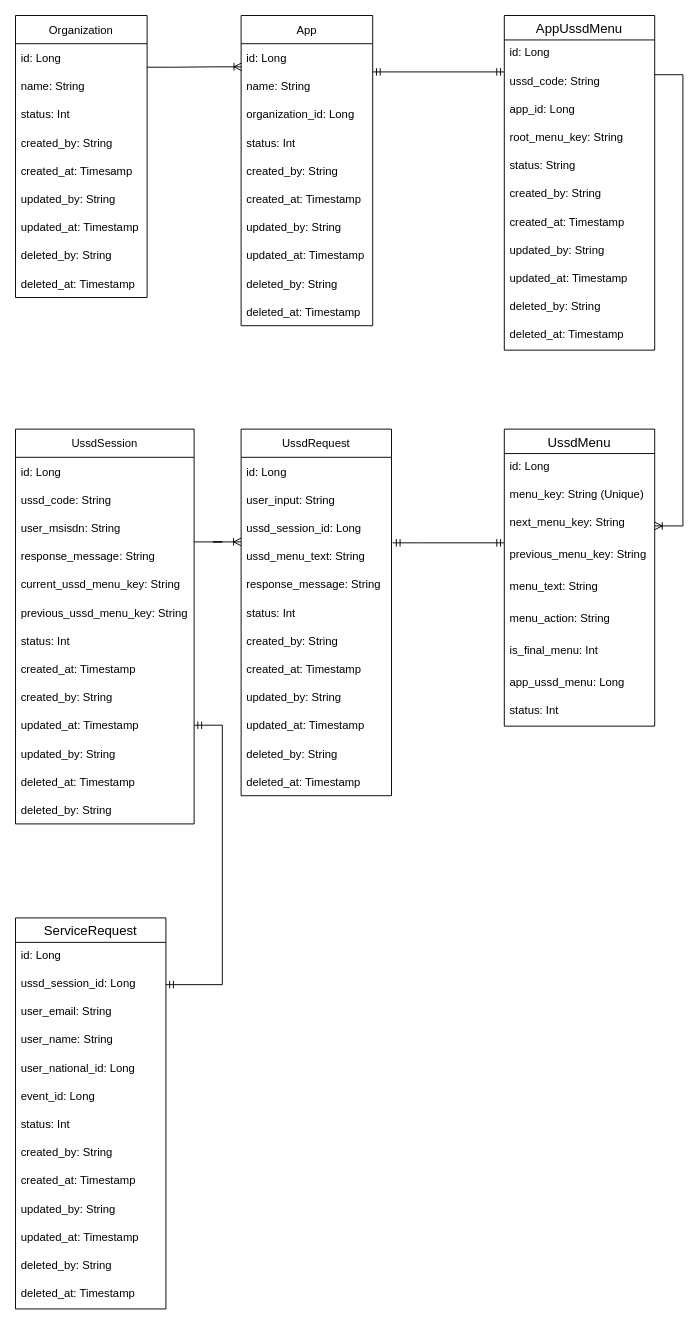
This is page "ERD" (1 of 2) of USSD ERD.drawio from GitauSam/kappa, a draw.io file, before an edit. Source tidied: cells renumbered, new cells numbered last; positions are measured from the earlier drawing's top-left corner, leaving out a move shared by most shapes. Both pictures are drawn from the tidied source at 94%, with x=0, y=0 at pixel (15, 15).
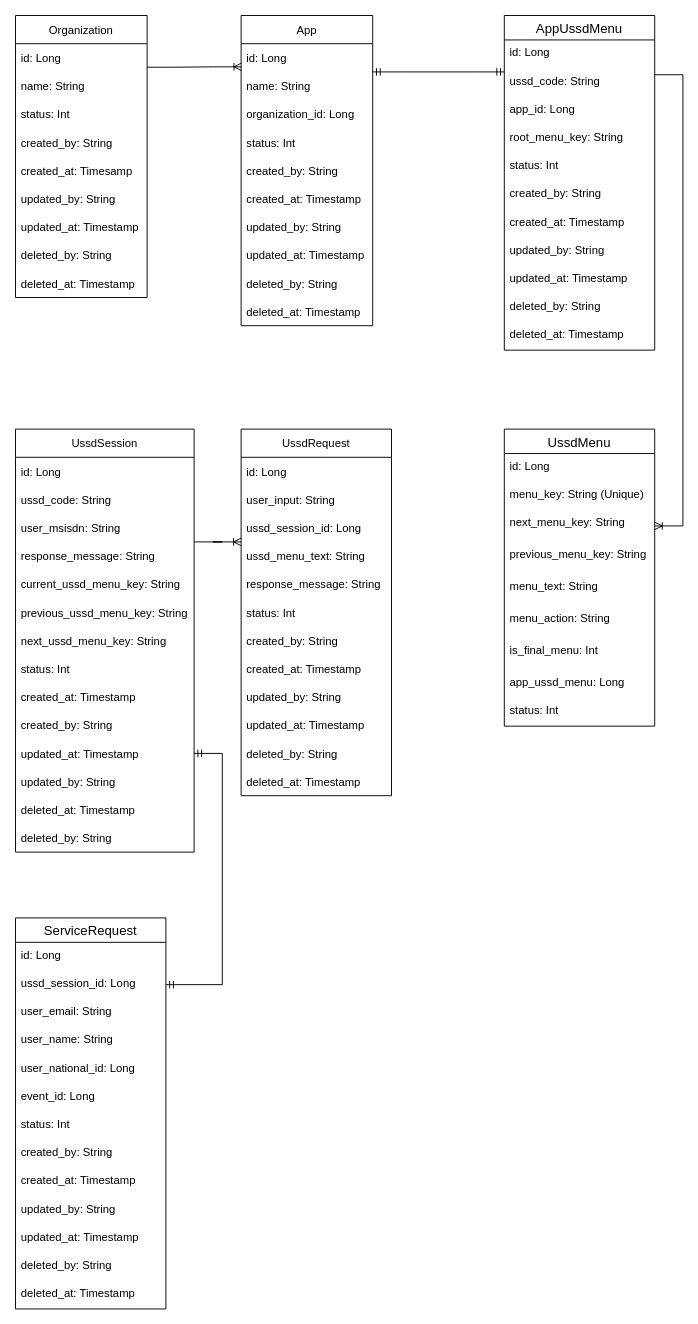
The same page after the edit.

Unchanged cells that the change refers to:
```xml
<mxCell id="28" value="previous_menu_key: String" style="text;strokeColor=none;fillColor=none;spacingLeft=4;spacingRight=4;overflow=hidden;points=[[0,0.5],[1,0.5]];portConstraint=eastwest;fontSize=12;" parent="24" vertex="1">
  <mxGeometry y="120" width="160" height="34" as="geometry" />
</mxCell>
<mxCell id="34" value="AppUssdMenu" style="swimlane;fontStyle=0;horizontal=1;startSize=26;align=center;fontSize=14;" parent="1" vertex="1">
  <mxGeometry x="520" width="160" height="356" as="geometry" />
</mxCell>
<mxCell id="66" value="ussd_menu_text: String" style="text;strokeColor=none;fillColor=none;align=left;verticalAlign=middle;spacingLeft=4;spacingRight=4;overflow=hidden;points=[[0,0.5],[1,0.5]];portConstraint=eastwest;" parent="62" vertex="1">
  <mxGeometry y="120" width="160" height="30" as="geometry" />
</mxCell>
```

Diff of the diagram source:
```diff
@@
-    <mxCell id="39" value="status: String" style="text;strokeColor=none;fillColor=none;spacingLeft=4;spacingRight=4;overflow=hidden;fontSize=12;" parent="34" vertex="1">
+    <mxCell id="39" value="status: Int" style="text;strokeColor=none;fillColor=none;spacingLeft=4;spacingRight=4;overflow=hidden;fontSize=12;" parent="34" vertex="1">
       <mxGeometry y="146" width="160" height="30" as="geometry" />
     </mxCell>
@@
     <mxCell id="48" value="UssdSession" style="swimlane;fontStyle=0;horizontal=1;startSize=30;" parent="1" vertex="1">
-      <mxGeometry y="440" width="190" height="420" as="geometry" />
+      <mxGeometry y="440" width="190" height="450" as="geometry" />
     </mxCell>
@@
+    <mxCell id="92" value="next_ussd_menu_key: String" style="text;strokeColor=none;fillColor=none;align=left;verticalAlign=middle;spacingLeft=4;spacingRight=4;overflow=hidden;" parent="48" vertex="1">
+      <mxGeometry y="210" width="190" height="30" as="geometry" />
+    </mxCell>
     <mxCell id="55" value="status: Int" style="text;strokeColor=none;fillColor=none;align=left;verticalAlign=middle;spacingLeft=4;spacingRight=4;overflow=hidden;" parent="48" vertex="1">
-      <mxGeometry y="210" width="190" height="30" as="geometry" />
+      <mxGeometry y="240" width="190" height="30" as="geometry" />
     </mxCell>
     <mxCell id="56" value="created_at: Timestamp" style="text;strokeColor=none;fillColor=none;align=left;verticalAlign=middle;spacingLeft=4;spacingRight=4;overflow=hidden;" parent="48" vertex="1">
-      <mxGeometry y="240" width="190" height="30" as="geometry" />
+      <mxGeometry y="270" width="190" height="30" as="geometry" />
     </mxCell>
     <mxCell id="57" value="created_by: String" style="text;strokeColor=none;fillColor=none;align=left;verticalAlign=middle;spacingLeft=4;spacingRight=4;overflow=hidden;" parent="48" vertex="1">
-      <mxGeometry y="270" width="190" height="30" as="geometry" />
+      <mxGeometry y="300" width="190" height="30" as="geometry" />
     </mxCell>
     <mxCell id="58" value="updated_at: Timestamp" style="text;strokeColor=none;fillColor=none;align=left;verticalAlign=middle;spacingLeft=4;spacingRight=4;overflow=hidden;points=[[0,0.5],[1,0.5]];portConstraint=eastwest;" parent="48" vertex="1">
-      <mxGeometry y="300" width="190" height="30" as="geometry" />
+      <mxGeometry y="330" width="190" height="30" as="geometry" />
     </mxCell>
     <mxCell id="59" value="updated_by: String" style="text;strokeColor=none;fillColor=none;align=left;verticalAlign=middle;spacingLeft=4;spacingRight=4;overflow=hidden;" parent="48" vertex="1">
-      <mxGeometry y="330" width="190" height="30" as="geometry" />
+      <mxGeometry y="360" width="190" height="30" as="geometry" />
     </mxCell>
     <mxCell id="60" value="deleted_at: Timestamp" style="text;strokeColor=none;fillColor=none;align=left;verticalAlign=middle;spacingLeft=4;spacingRight=4;overflow=hidden;" parent="48" vertex="1">
-      <mxGeometry y="360" width="190" height="30" as="geometry" />
+      <mxGeometry y="390" width="190" height="30" as="geometry" />
     </mxCell>
     <mxCell id="61" value="deleted_by: String" style="text;strokeColor=none;fillColor=none;align=left;verticalAlign=middle;spacingLeft=4;spacingRight=4;overflow=hidden;" parent="48" vertex="1">
-      <mxGeometry y="390" width="190" height="30" as="geometry" />
+      <mxGeometry y="420" width="190" height="30" as="geometry" />
     </mxCell>
@@
-    <mxCell id="76" style="edgeStyle=entityRelationEdgeStyle;fontSize=12;html=1;endArrow=ERmandOne;startArrow=ERmandOne;rounded=0;entryX=0;entryY=0.029;entryDx=0;entryDy=0;entryPerimeter=0;exitX=1.007;exitY=0.033;exitDx=0;exitDy=0;exitPerimeter=0;" parent="1" edge="1" source="66" target="28">
-      <mxGeometry relative="1" as="geometry" />
-    </mxCell>
```
